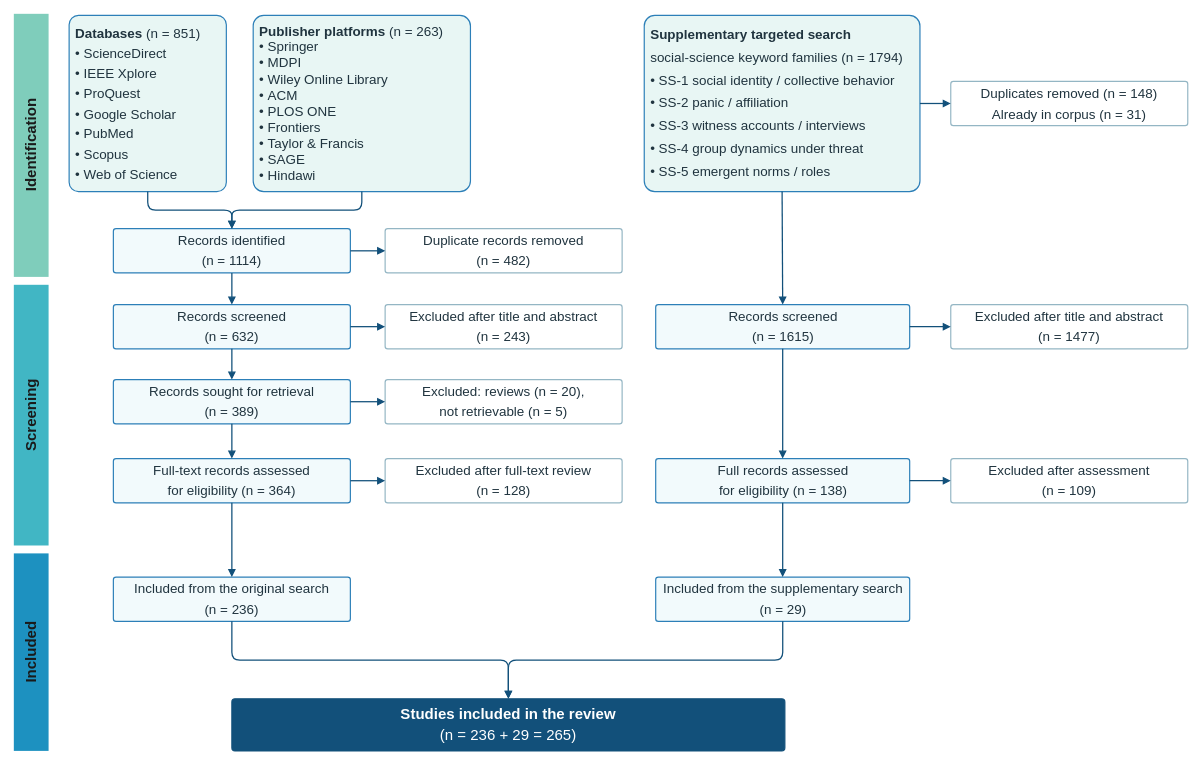
Earlier version of the draw.io diagram figures/prisma_flow.drawio (pozapas/evaclead). Source tidied: cells renumbered, new cells numbered last; positions are measured from the earlier drawing's top-left corner, leaving out a move shared by most shapes. Both pictures are drawn from the tidied source at 79%, with x=0, y=0 at pixel (13, 13).
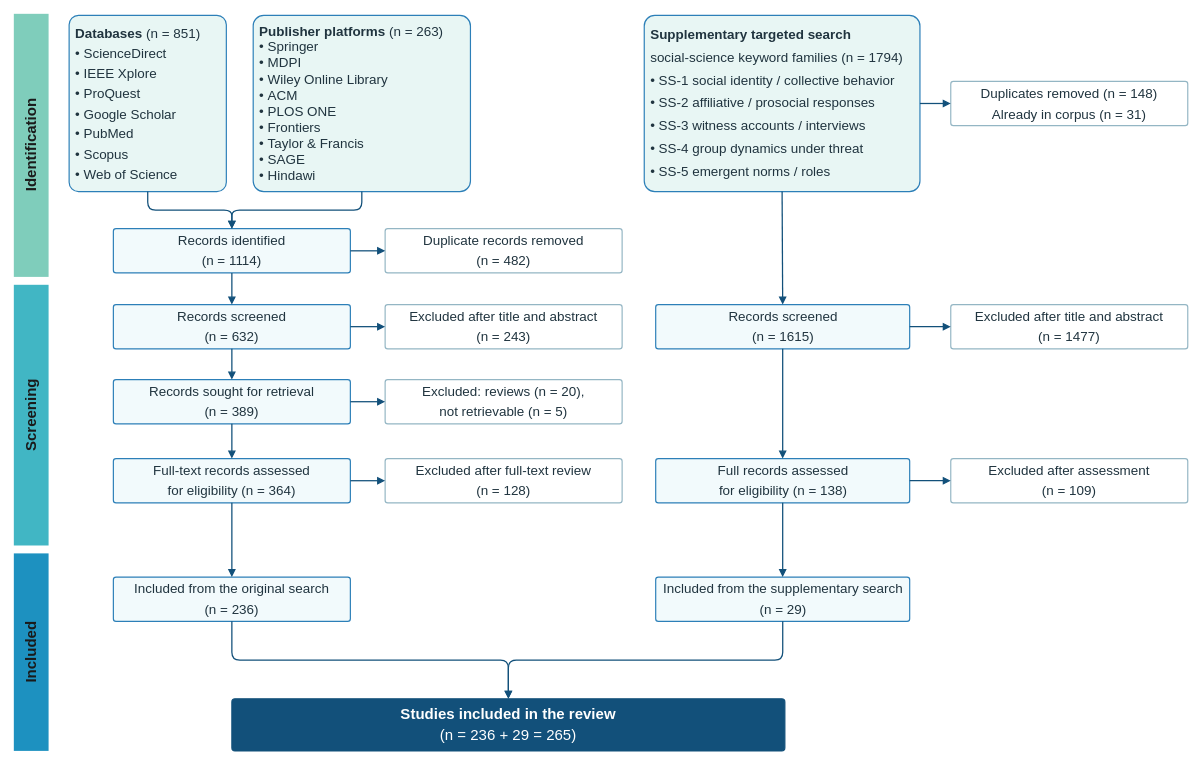
The same diagram, later.

Commit message (it also covers changes not shown here):
Extend appraisal record to supplementary-search studies and update figure data

What changed in the source:
```diff
@@
-    <mxCell id="7" value="&lt;div style=&quot;line-height: 170%;&quot;&gt;&lt;b&gt;Supplementary targeted search&lt;/b&gt;&lt;br&gt;social-science keyword families (n = 1794)&lt;br&gt;•&amp;nbsp;SS-1 social identity / collective behavior&lt;br&gt;•&amp;nbsp;SS-2 panic / affiliation&lt;br&gt;•&amp;nbsp;SS-3 witness accounts / interviews&lt;br&gt;•&amp;nbsp;SS-4 group dynamics under threat&lt;br&gt;•&amp;nbsp;SS-5 emergent norms / roles&lt;/div&gt;" style="rounded=1;arcSize=6;whiteSpace=wrap;html=1;fillColor=#E8F6F4;strokeColor=#2C7FB8;strokeWidth=1.5;dashed=0;fontColor=#20343F;fontSize=17;fontFamily=Helvetica;align=left;verticalAlign=middle;spacing=8;fontStyle=0;" parent="1" vertex="1">
+    <mxCell id="7" value="&lt;div style=&quot;line-height: 170%;&quot;&gt;&lt;b&gt;Supplementary targeted search&lt;/b&gt;&lt;br&gt;social-science keyword families (n = 1794)&lt;br&gt;•&amp;nbsp;SS-1 social identity / collective behavior&lt;br&gt;•&amp;nbsp;SS-2 affiliative / prosocial responses&lt;br&gt;•&amp;nbsp;SS-3 witness accounts / interviews&lt;br&gt;•&amp;nbsp;SS-4 group dynamics under threat&lt;br&gt;•&amp;nbsp;SS-5 emergent norms / roles&lt;/div&gt;" style="rounded=1;arcSize=6;whiteSpace=wrap;html=1;fillColor=#E8F6F4;strokeColor=#2C7FB8;strokeWidth=1.5;dashed=0;fontColor=#20343F;fontSize=17;fontFamily=Helvetica;align=left;verticalAlign=middle;spacing=8;fontStyle=0;" parent="1" vertex="1">
       <mxGeometry x="798" y="2" width="349" height="223" as="geometry" />
     </mxCell>
```
